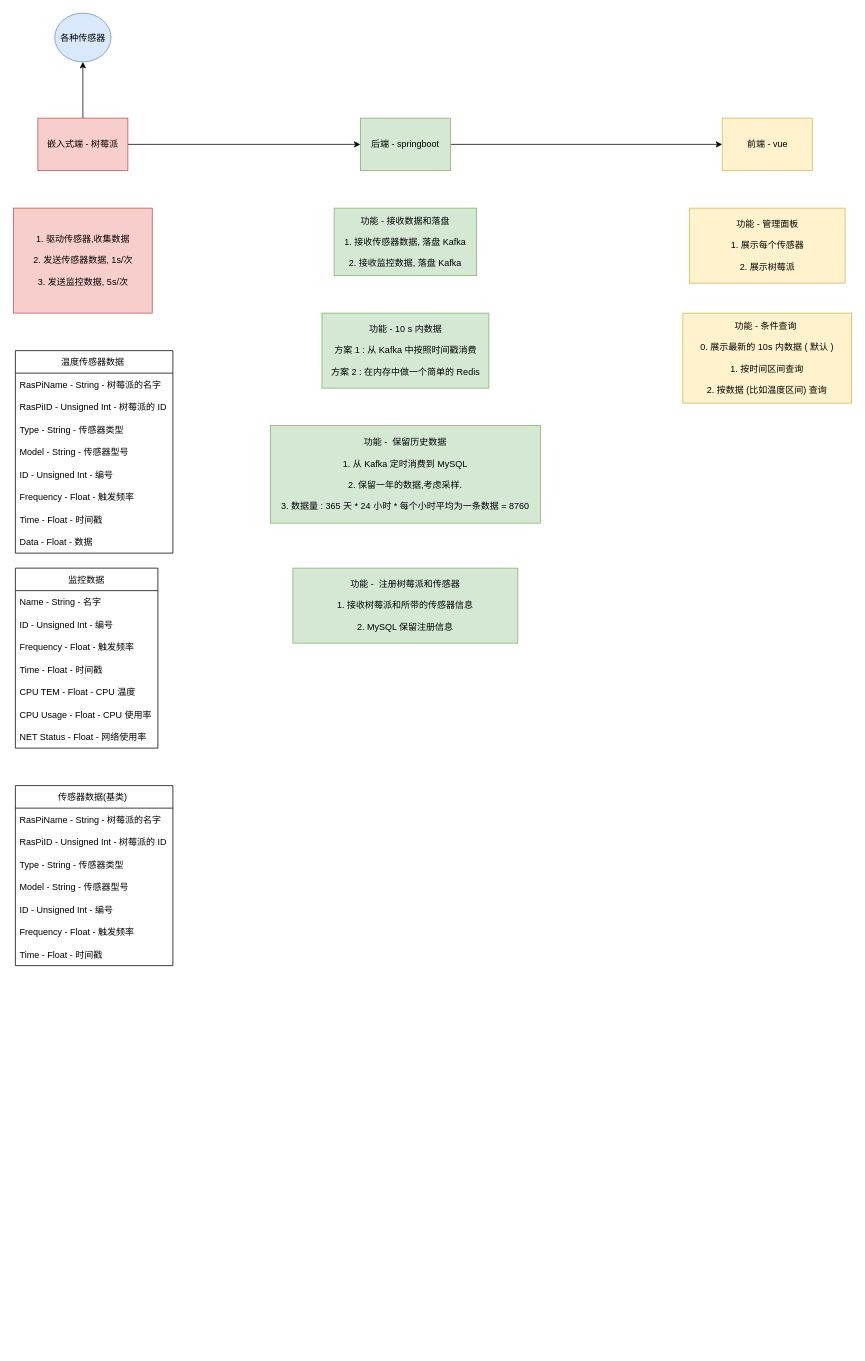
Earlier version of the draw.io diagram System-Design.drawio (LiteHome/Raspberry-Home-Backend). Source tidied: cells renumbered, new cells numbered last; positions are measured from the earlier drawing's top-left corner, leaving out a move shared by most shapes. Both pictures are drawn from the tidied source at 75%, with x=0, y=0 at pixel (14, 13).
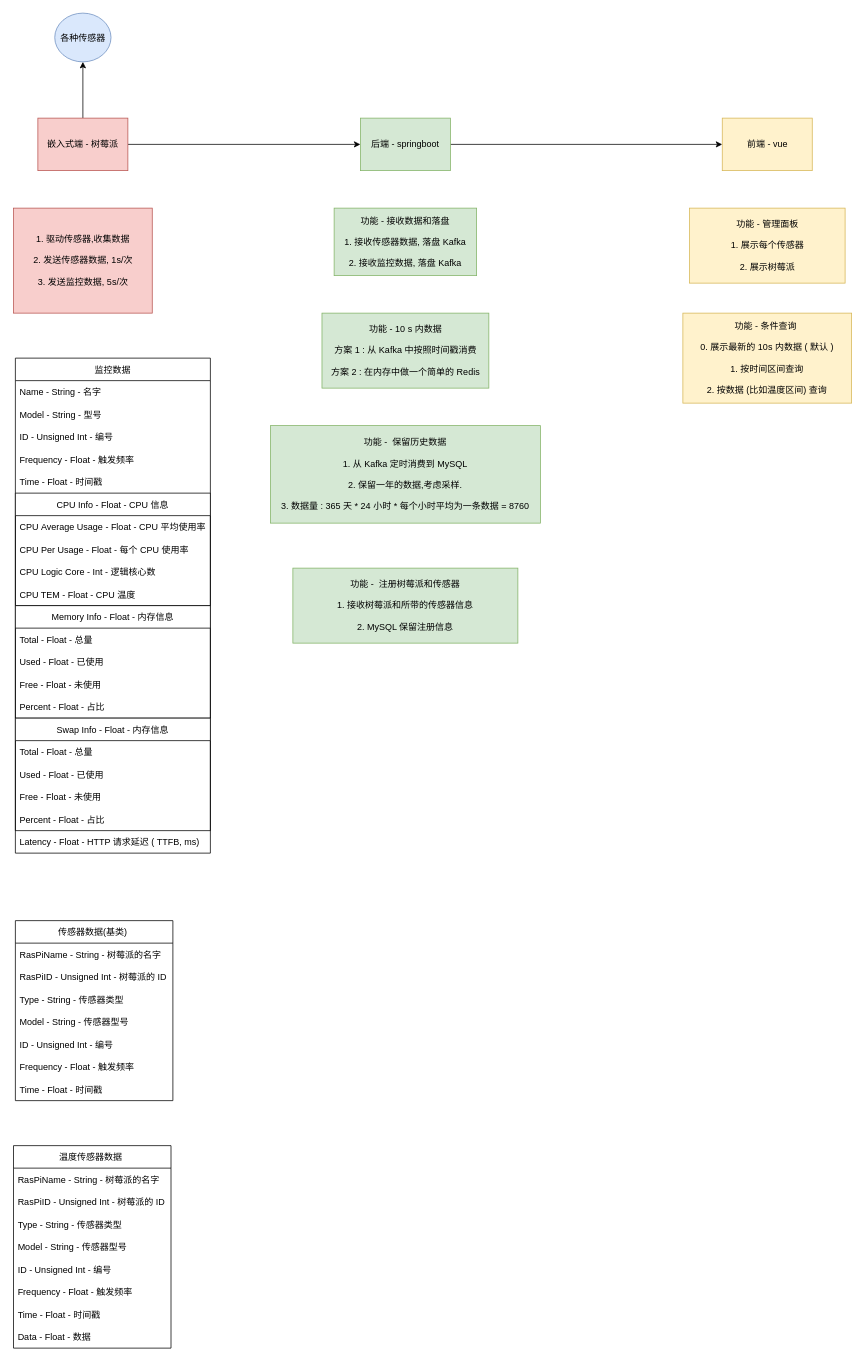
Above is the later version.

Diff of the diagram source:
```diff
@@
     <mxCell id="15" value="温度传感器数据 " style="swimlane;fontStyle=0;horizontal=1;startSize=30;" parent="1" vertex="1">
-      <mxGeometry x="2" y="450" width="210" height="270" as="geometry" />
+      <mxGeometry x="-0.5" y="1510" width="210" height="270" as="geometry" />
     </mxCell>
@@
     <mxCell id="24" value="监控数据" style="swimlane;fontStyle=0;horizontal=1;startSize=30;" parent="1" vertex="1">
-      <mxGeometry x="2" y="740" width="190" height="240" as="geometry" />
+      <mxGeometry x="2" y="460" width="260" height="660" as="geometry" />
     </mxCell>
     <mxCell id="25" value="Name - String - 名字" style="text;strokeColor=none;fillColor=none;align=left;verticalAlign=middle;spacingLeft=4;spacingRight=4;overflow=hidden;" parent="24" vertex="1">
-      <mxGeometry y="30" width="190" height="30" as="geometry" />
+      <mxGeometry y="30" width="260" height="30" as="geometry" />
     </mxCell>
+    <mxCell id="41" value="Model - String - 型号" style="text;strokeColor=none;fillColor=none;align=left;verticalAlign=middle;spacingLeft=4;spacingRight=4;overflow=hidden;" parent="24" vertex="1">
+      <mxGeometry y="60" width="260" height="30" as="geometry" />
+    </mxCell>
     <mxCell id="26" value="ID - Unsigned Int - 编号" style="text;strokeColor=none;fillColor=none;align=left;verticalAlign=middle;spacingLeft=4;spacingRight=4;overflow=hidden;" parent="24" vertex="1">
-      <mxGeometry y="60" width="190" height="30" as="geometry" />
+      <mxGeometry y="90" width="260" height="30" as="geometry" />
     </mxCell>
     <mxCell id="27" value="Frequency - Float - 触发频率" style="text;strokeColor=none;fillColor=none;align=left;verticalAlign=middle;spacingLeft=4;spacingRight=4;overflow=hidden;" parent="24" vertex="1">
-      <mxGeometry y="90" width="190" height="30" as="geometry" />
+      <mxGeometry y="120" width="260" height="30" as="geometry" />
     </mxCell>
     <mxCell id="28" value="Time - Float - 时间戳" style="text;strokeColor=none;fillColor=none;align=left;verticalAlign=middle;spacingLeft=4;spacingRight=4;overflow=hidden;" parent="24" vertex="1">
-      <mxGeometry y="120" width="190" height="30" as="geometry" />
+      <mxGeometry y="150" width="260" height="30" as="geometry" />
     </mxCell>
+    <mxCell id="42" value="CPU Info - Float - CPU 信息" style="swimlane;fontStyle=0;horizontal=1;startSize=30;" parent="24" vertex="1">
+      <mxGeometry y="180" width="260" height="150" as="geometry" />
+    </mxCell>
+    <mxCell id="43" value="CPU Average Usage - Float - CPU 平均使用率" style="text;strokeColor=none;fillColor=none;align=left;verticalAlign=middle;spacingLeft=4;spacingRight=4;overflow=hidden;" parent="42" vertex="1">
+      <mxGeometry y="30" width="260" height="30" as="geometry" />
+    </mxCell>
+    <mxCell id="44" value="CPU Per Usage - Float - 每个 CPU 使用率" style="text;strokeColor=none;fillColor=none;align=left;verticalAlign=middle;spacingLeft=4;spacingRight=4;overflow=hidden;" parent="42" vertex="1">
+      <mxGeometry y="60" width="260" height="30" as="geometry" />
+    </mxCell>
+    <mxCell id="45" value="CPU Logic Core - Int - 逻辑核心数" style="text;strokeColor=none;fillColor=none;align=left;verticalAlign=middle;spacingLeft=4;spacingRight=4;overflow=hidden;" parent="42" vertex="1">
+      <mxGeometry y="90" width="260" height="30" as="geometry" />
+    </mxCell>
-    <mxCell id="29" value="CPU TEM - Float - CPU 温度" style="text;strokeColor=none;fillColor=none;align=left;verticalAlign=middle;spacingLeft=4;spacingRight=4;overflow=hidden;" parent="24" vertex="1">
-      <mxGeometry y="150" width="190" height="30" as="geometry" />
+    <mxCell id="29" value="CPU TEM - Float - CPU 温度" style="text;strokeColor=none;fillColor=none;align=left;verticalAlign=middle;spacingLeft=4;spacingRight=4;overflow=hidden;" parent="42" vertex="1">
+      <mxGeometry y="120" width="260" height="30" as="geometry" />
     </mxCell>
-    <mxCell id="30" value="CPU Usage - Float - CPU 使用率" style="text;strokeColor=none;fillColor=none;align=left;verticalAlign=middle;spacingLeft=4;spacingRight=4;overflow=hidden;" parent="24" vertex="1">
-      <mxGeometry y="180" width="190" height="30" as="geometry" />
-    </mxCell>
+    <mxCell id="46" value="Memory Info - Float - 内存信息" style="swimlane;fontStyle=0;horizontal=1;startSize=30;" parent="24" vertex="1">
+      <mxGeometry y="330" width="260" height="150" as="geometry" />
+    </mxCell>
+    <mxCell id="47" value="Total - Float - 总量" style="text;strokeColor=none;fillColor=none;align=left;verticalAlign=middle;spacingLeft=4;spacingRight=4;overflow=hidden;" parent="46" vertex="1">
+      <mxGeometry y="30" width="260" height="30" as="geometry" />
+    </mxCell>
+    <mxCell id="48" value="Used - Float - 已使用" style="text;strokeColor=none;fillColor=none;align=left;verticalAlign=middle;spacingLeft=4;spacingRight=4;overflow=hidden;" parent="46" vertex="1">
+      <mxGeometry y="60" width="260" height="30" as="geometry" />
+    </mxCell>
+    <mxCell id="49" value="Free - Float - 未使用" style="text;strokeColor=none;fillColor=none;align=left;verticalAlign=middle;spacingLeft=4;spacingRight=4;overflow=hidden;" parent="46" vertex="1">
+      <mxGeometry y="90" width="260" height="30" as="geometry" />
+    </mxCell>
+    <mxCell id="50" value="Percent - Float - 占比" style="text;strokeColor=none;fillColor=none;align=left;verticalAlign=middle;spacingLeft=4;spacingRight=4;overflow=hidden;" parent="46" vertex="1">
+      <mxGeometry y="120" width="260" height="30" as="geometry" />
+    </mxCell>
+    <mxCell id="51" value="Swap Info - Float - 内存信息" style="swimlane;fontStyle=0;horizontal=1;startSize=30;" parent="24" vertex="1">
+      <mxGeometry y="480" width="260" height="150" as="geometry" />
+    </mxCell>
+    <mxCell id="52" value="Total - Float - 总量" style="text;strokeColor=none;fillColor=none;align=left;verticalAlign=middle;spacingLeft=4;spacingRight=4;overflow=hidden;" parent="51" vertex="1">
+      <mxGeometry y="30" width="260" height="30" as="geometry" />
+    </mxCell>
+    <mxCell id="53" value="Used - Float - 已使用" style="text;strokeColor=none;fillColor=none;align=left;verticalAlign=middle;spacingLeft=4;spacingRight=4;overflow=hidden;" parent="51" vertex="1">
+      <mxGeometry y="60" width="260" height="30" as="geometry" />
+    </mxCell>
+    <mxCell id="54" value="Free - Float - 未使用" style="text;strokeColor=none;fillColor=none;align=left;verticalAlign=middle;spacingLeft=4;spacingRight=4;overflow=hidden;" parent="51" vertex="1">
+      <mxGeometry y="90" width="260" height="30" as="geometry" />
+    </mxCell>
+    <mxCell id="55" value="Percent - Float - 占比" style="text;strokeColor=none;fillColor=none;align=left;verticalAlign=middle;spacingLeft=4;spacingRight=4;overflow=hidden;" parent="51" vertex="1">
+      <mxGeometry y="120" width="260" height="30" as="geometry" />
+    </mxCell>
-    <mxCell id="31" value="NET Status - Float - 网络使用率" style="text;strokeColor=none;fillColor=none;align=left;verticalAlign=middle;spacingLeft=4;spacingRight=4;overflow=hidden;" parent="24" vertex="1">
-      <mxGeometry y="210" width="190" height="30" as="geometry" />
+    <mxCell id="31" value="Latency - Float - HTTP 请求延迟 ( TTFB, ms)" style="text;strokeColor=none;fillColor=none;align=left;verticalAlign=middle;spacingLeft=4;spacingRight=4;overflow=hidden;" parent="24" vertex="1">
+      <mxGeometry y="630" width="260" height="30" as="geometry" />
     </mxCell>
@@
     <mxCell id="33" value="传感器数据(基类) " style="swimlane;fontStyle=0;horizontal=1;startSize=30;" parent="1" vertex="1">
-      <mxGeometry x="2" y="1030" width="210" height="240" as="geometry" />
+      <mxGeometry x="2" y="1210" width="210" height="240" as="geometry" />
     </mxCell>
```
